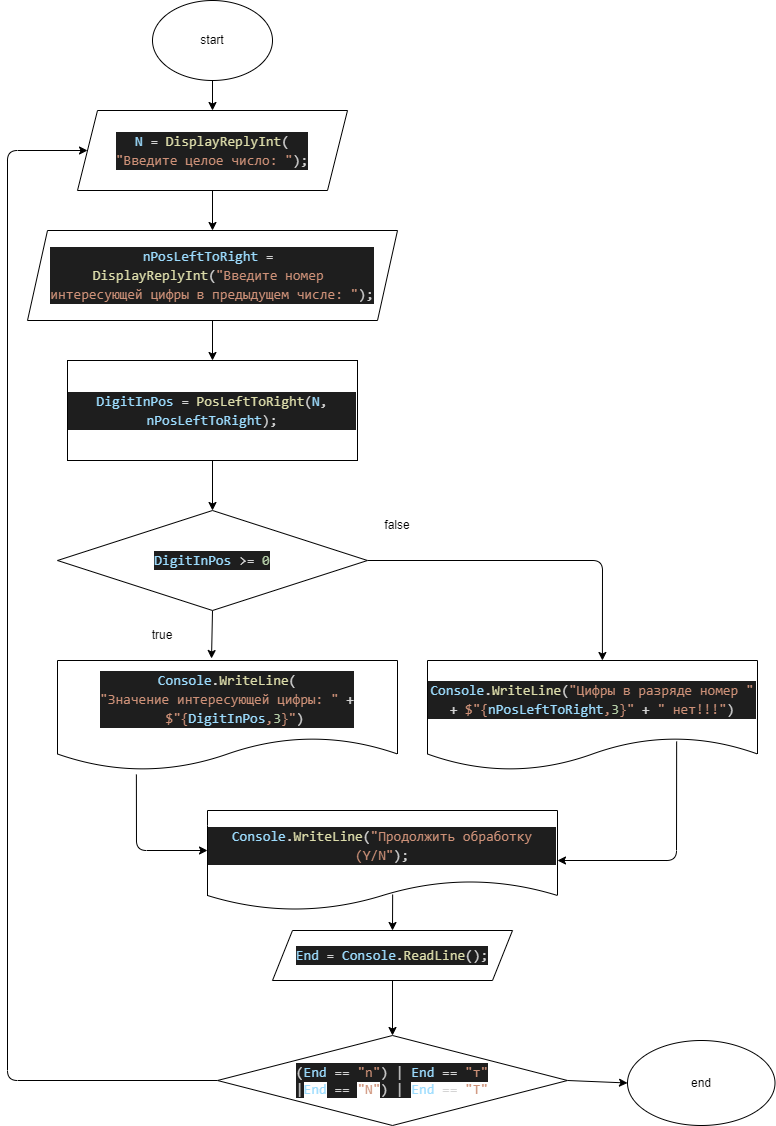
ValeriiLubiako/C-Sharp_Repo keeps this draw.io diagram as Sem002_013/Blockchart013.drawio.png. Above is the earlier version. Source tidied: cells renumbered, new cells last; positions are measured from the earlier drawing's top-left corner, leaving out a move shared by most shapes.
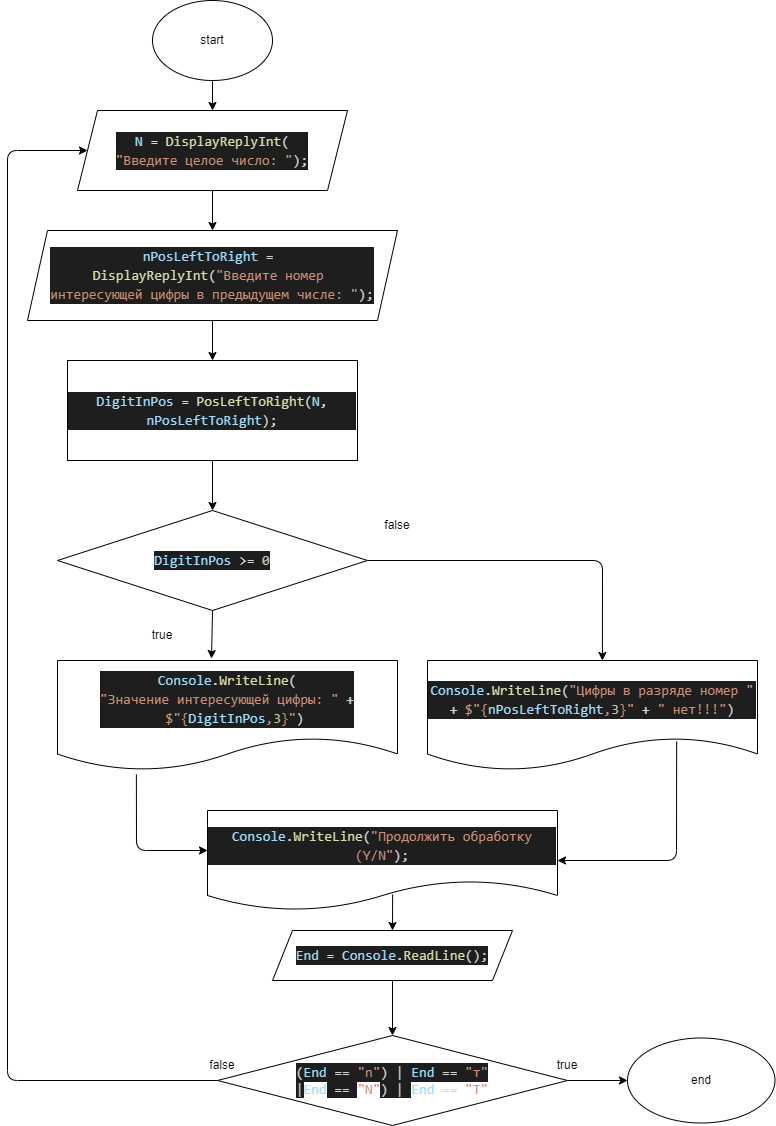
After the change.

What changed in the source:
```diff
@@ -75,7 +75,7 @@
       <mxGeometry x="210" y="1035" width="350" height="90" as="geometry" />
     </mxCell>
     <mxCell id="23" value="end" style="ellipse;whiteSpace=wrap;html=1;" parent="1" vertex="1">
-      <mxGeometry x="620" y="1040" width="147.5" height="85" as="geometry" />
+      <mxGeometry x="620" y="1037.5" width="147.5" height="85" as="geometry" />
     </mxCell>
     <mxCell id="24" style="endArrow=classic;html=1;exitX=0.529;exitY=0.84;exitDx=0;exitDy=0;exitPerimeter=0;entryX=0.5;entryY=0;entryDx=0;entryDy=0;" parent="1" edge="1" source="17" target="19">
       <mxGeometry relative="1" as="geometry" />
@@ -94,5 +94,11 @@
         </Array>
       </mxGeometry>
     </mxCell>
+    <mxCell id="27" value="true" style="text;html=1;strokeColor=none;fillColor=none;align=center;verticalAlign=middle;whiteSpace=wrap;rounded=0;" parent="1" vertex="1">
+      <mxGeometry x="530" y="1050" width="60" height="30" as="geometry" />
+    </mxCell>
+    <mxCell id="28" value="false" style="text;html=1;strokeColor=none;fillColor=none;align=center;verticalAlign=middle;whiteSpace=wrap;rounded=0;" parent="1" vertex="1">
+      <mxGeometry x="185" y="1050" width="60" height="30" as="geometry" />
+    </mxCell>
   </root>
 </mxGraphModel>
```
